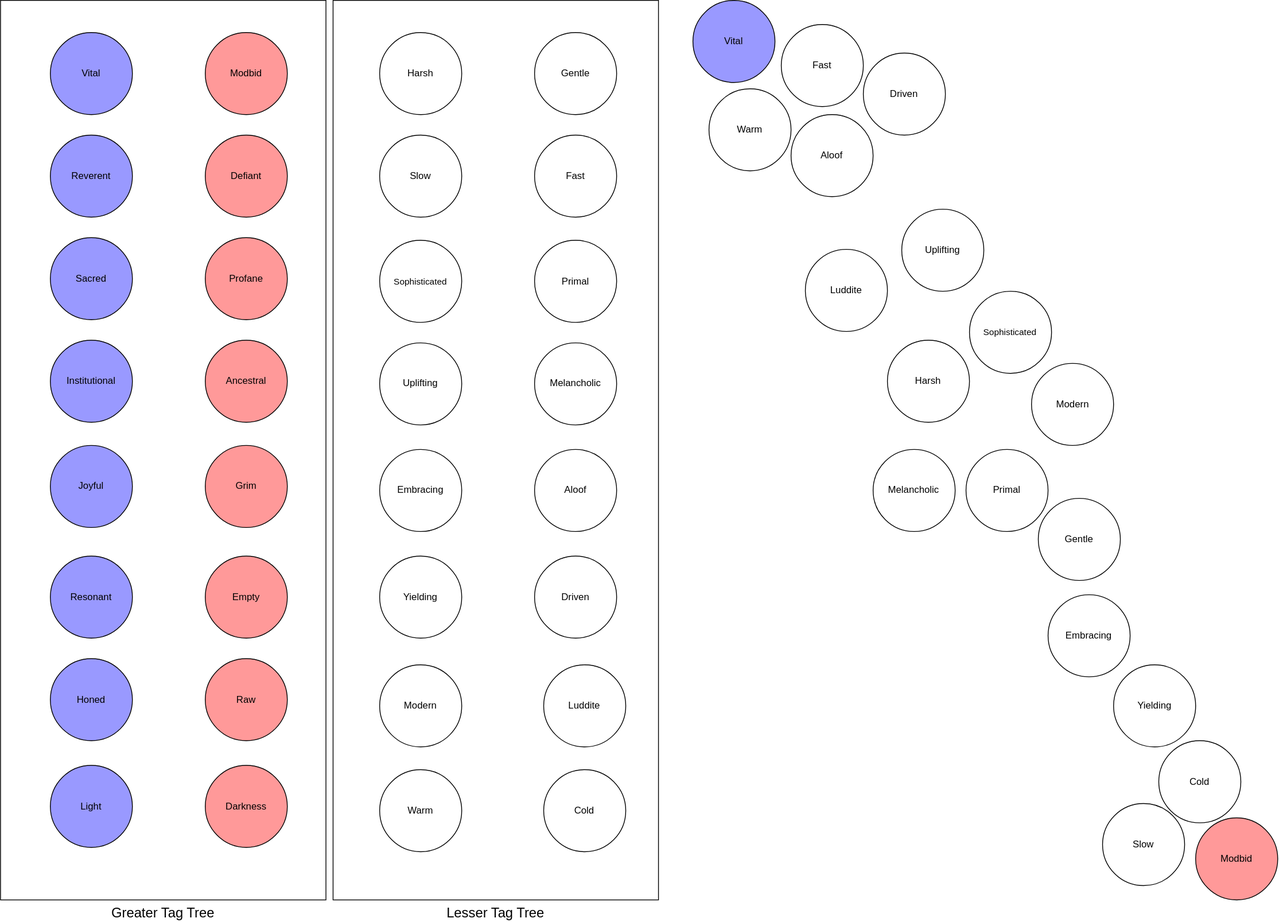
Earlier version of the draw.io export TheProspector/Assets/Schematics/Tag tree.svg (SakuNurmiranta/TheProspector). Source tidied: cells renumbered, new cells last; positions are measured from the earlier drawing's top-left corner, leaving out a move shared by most shapes.
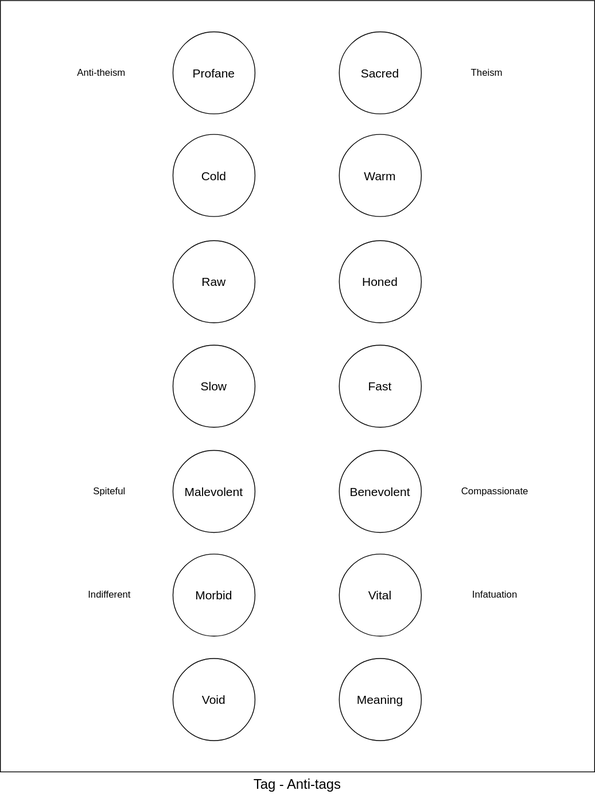
The same diagram one commit later.

Change to the diagram source:
```diff
@@ -2,161 +2,68 @@
   <root>
     <mxCell id="0" />
     <mxCell id="1" parent="0" />
-    <mxCell id="2" value="Greater Tag Tree" style="rounded=0;whiteSpace=wrap;html=1;labelPosition=center;verticalLabelPosition=bottom;align=center;verticalAlign=top;fontSize=17;" parent="1" vertex="1">
-      <mxGeometry width="405.1" height="1120" as="geometry" />
+    <mxCell id="2" value="Tag - Anti-tags" style="rounded=0;whiteSpace=wrap;html=1;labelPosition=center;verticalLabelPosition=bottom;align=center;verticalAlign=top;fontSize=17;" parent="1" vertex="1">
+      <mxGeometry x="36" y="86.1" width="740" height="960" as="geometry" />
     </mxCell>
-    <mxCell id="3" value="Defiant" style="ellipse;whiteSpace=wrap;html=1;fillColor=#FF9999;" parent="1" vertex="1">
-      <mxGeometry x="254.9" y="167.7" width="102.2" height="102.2" as="geometry" />
+    <mxCell id="3" value="Cold" style="ellipse;whiteSpace=wrap;html=1;fillColor=#FFFFFF;fontColor=#000000;fontSize=15;labelBackgroundColor=none;" parent="1" vertex="1">
+      <mxGeometry x="250.9" y="252.7" width="102.2" height="102.2" as="geometry" />
     </mxCell>
-    <mxCell id="4" value="Reverent" style="ellipse;whiteSpace=wrap;html=1;fillColor=#9999FF;" parent="1" vertex="1">
-      <mxGeometry x="62" y="167.7" width="102.2" height="102.2" as="geometry" />
+    <mxCell id="4" value="Warm" style="ellipse;whiteSpace=wrap;html=1;fillColor=#FFFFFF;fontColor=#000000;fontSize=15;labelBackgroundColor=none;" parent="1" vertex="1">
+      <mxGeometry x="458" y="252.7" width="102.2" height="102.2" as="geometry" />
     </mxCell>
-    <mxCell id="5" value="Sacred" style="ellipse;whiteSpace=wrap;html=1;fillColor=#9999FF;" parent="1" vertex="1">
-      <mxGeometry x="62" y="295.4" width="102.2" height="102.2" as="geometry" />
+    <mxCell id="5" value="Sacred" style="ellipse;whiteSpace=wrap;html=1;fillColor=#FFFFFF;fontColor=#000000;fontSize=15;labelBackgroundColor=none;" parent="1" vertex="1">
+      <mxGeometry x="458" y="125" width="102.2" height="102.2" as="geometry" />
     </mxCell>
-    <mxCell id="6" value="Institutional" style="ellipse;whiteSpace=wrap;html=1;fillColor=#9999FF;" parent="1" vertex="1">
-      <mxGeometry x="62" y="423.1" width="102.2" height="102.2" as="geometry" />
+    <mxCell id="6" value="Slow" style="ellipse;whiteSpace=wrap;html=1;fillColor=#FFFFFF;fontColor=#000000;fontSize=15;labelBackgroundColor=none;" parent="1" vertex="1">
+      <mxGeometry x="250.9" y="515" width="102.2" height="102.2" as="geometry" />
     </mxCell>
-    <mxCell id="7" value="Honed" style="ellipse;whiteSpace=wrap;html=1;fillColor=#9999FF;" parent="1" vertex="1">
-      <mxGeometry x="62" y="819.6" width="102.2" height="102.2" as="geometry" />
+    <mxCell id="7" value="Honed" style="ellipse;whiteSpace=wrap;html=1;fillColor=#FFFFFF;fontColor=#000000;fontSize=15;labelBackgroundColor=none;" parent="1" vertex="1">
+      <mxGeometry x="458" y="385" width="102.2" height="102.2" as="geometry" />
     </mxCell>
-    <mxCell id="8" value="Vital" style="ellipse;whiteSpace=wrap;html=1;fillColor=#9999FF;" parent="1" vertex="1">
-      <mxGeometry x="62" y="40" width="102.2" height="102.2" as="geometry" />
+    <mxCell id="8" value="Vital" style="ellipse;whiteSpace=wrap;html=1;fillColor=#FFFFFF;fontColor=#000000;fontSize=15;labelBackgroundColor=none;" parent="1" vertex="1">
+      <mxGeometry x="458" y="775" width="102.2" height="102.2" as="geometry" />
     </mxCell>
-    <mxCell id="9" value="Modbid" style="ellipse;whiteSpace=wrap;html=1;fillColor=#FF9999;" parent="1" vertex="1">
-      <mxGeometry x="254.9" y="40" width="102.2" height="102.2" as="geometry" />
+    <mxCell id="9" value="Morbid" style="ellipse;whiteSpace=wrap;html=1;fillColor=#FFFFFF;fontColor=#000000;fontSize=15;labelBackgroundColor=none;" parent="1" vertex="1">
+      <mxGeometry x="250.9" y="775" width="102.2" height="102.2" as="geometry" />
     </mxCell>
-    <mxCell id="10" value="Profane" style="ellipse;whiteSpace=wrap;html=1;fillColor=#FF9999;" parent="1" vertex="1">
-      <mxGeometry x="254.9" y="295.4" width="102.2" height="102.2" as="geometry" />
+    <mxCell id="10" value="Profane" style="ellipse;whiteSpace=wrap;html=1;fillColor=default;fontColor=#000000;fontSize=15;labelBackgroundColor=none;strokeColor=default;fillStyle=solid;" parent="1" vertex="1">
+      <mxGeometry x="250.9" y="125" width="102.2" height="102.2" as="geometry" />
     </mxCell>
-    <mxCell id="11" value="Ancestral" style="ellipse;whiteSpace=wrap;html=1;fillColor=#FF9999;" parent="1" vertex="1">
-      <mxGeometry x="254.9" y="423.1" width="102.2" height="102.2" as="geometry" />
+    <mxCell id="11" value="Fast" style="ellipse;whiteSpace=wrap;html=1;fillColor=#FFFFFF;fontColor=#000000;fontSize=15;labelBackgroundColor=none;" parent="1" vertex="1">
+      <mxGeometry x="458" y="515" width="102.2" height="102.2" as="geometry" />
     </mxCell>
-    <mxCell id="12" value="Raw" style="ellipse;whiteSpace=wrap;html=1;fillColor=#FF9999;" parent="1" vertex="1">
-      <mxGeometry x="254.9" y="819.6" width="102.2" height="102.2" as="geometry" />
+    <mxCell id="12" value="Raw" style="ellipse;whiteSpace=wrap;html=1;fillColor=#FFFFFF;fontColor=#000000;fontSize=15;labelBackgroundColor=none;" parent="1" vertex="1">
+      <mxGeometry x="250.9" y="385" width="102.2" height="102.2" as="geometry" />
     </mxCell>
-    <mxCell id="13" value="Light" style="ellipse;whiteSpace=wrap;html=1;fillColor=#9999FF;" parent="1" vertex="1">
-      <mxGeometry x="62" y="952.5" width="102.2" height="102.2" as="geometry" />
+    <mxCell id="13" value="Meaning" style="ellipse;whiteSpace=wrap;html=1;fillColor=#FFFFFF;fontColor=#000000;fontSize=15;labelBackgroundColor=none;" parent="1" vertex="1">
+      <mxGeometry x="458" y="905" width="102.2" height="102.2" as="geometry" />
     </mxCell>
-    <mxCell id="14" value="Joyful" style="ellipse;whiteSpace=wrap;html=1;fillColor=#9999FF;" parent="1" vertex="1">
-      <mxGeometry x="62" y="554.1" width="102.2" height="102.2" as="geometry" />
+    <mxCell id="14" value="Benevolent" style="ellipse;whiteSpace=wrap;html=1;fillColor=#FFFFFF;fontColor=#000000;fontSize=15;labelBackgroundColor=none;" parent="1" vertex="1">
+      <mxGeometry x="458" y="646" width="102.2" height="102.2" as="geometry" />
     </mxCell>
-    <mxCell id="15" value="Darkness" style="ellipse;whiteSpace=wrap;html=1;fillColor=#FF9999;" parent="1" vertex="1">
-      <mxGeometry x="254.9" y="952.5" width="102.2" height="102.2" as="geometry" />
+    <mxCell id="15" value="Void" style="ellipse;whiteSpace=wrap;html=1;fillColor=#FFFFFF;fontColor=#000000;fontSize=15;labelBackgroundColor=none;" parent="1" vertex="1">
+      <mxGeometry x="250.9" y="905" width="102.2" height="102.2" as="geometry" />
     </mxCell>
-    <mxCell id="16" value="Grim" style="ellipse;whiteSpace=wrap;html=1;fillColor=#FF9999;" parent="1" vertex="1">
-      <mxGeometry x="254.9" y="554.1" width="102.2" height="102.2" as="geometry" />
+    <mxCell id="16" value="Malevolent" style="ellipse;whiteSpace=wrap;html=1;fillColor=#FFFFFF;fontColor=#000000;fontSize=15;labelBackgroundColor=none;" parent="1" vertex="1">
+      <mxGeometry x="250.9" y="646" width="102.2" height="102.2" as="geometry" />
     </mxCell>
-    <mxCell id="17" value="Lesser Tag Tree" style="rounded=0;whiteSpace=wrap;html=1;labelPosition=center;verticalLabelPosition=bottom;align=center;verticalAlign=top;fontSize=17;" parent="1" vertex="1">
-      <mxGeometry x="414" width="405.1" height="1120" as="geometry" />
-    </mxCell>
-    <mxCell id="18" value="Warm" style="ellipse;whiteSpace=wrap;html=1;" parent="1" vertex="1">
-      <mxGeometry x="472" y="957.8" width="102.2" height="102.2" as="geometry" />
-    </mxCell>
-    <mxCell id="19" value="Harsh" style="ellipse;whiteSpace=wrap;html=1;" parent="1" vertex="1">
-      <mxGeometry x="472" y="40" width="102.2" height="102.2" as="geometry" />
-    </mxCell>
-    <mxCell id="20" value="Resonant" style="ellipse;whiteSpace=wrap;html=1;fillColor=#9999FF;" parent="1" vertex="1">
-      <mxGeometry x="62" y="691.9" width="102.2" height="102.2" as="geometry" />
-    </mxCell>
-    <mxCell id="21" value="Cold" style="ellipse;whiteSpace=wrap;html=1;" parent="1" vertex="1">
-      <mxGeometry x="676.2" y="957.8" width="102.2" height="102.2" as="geometry" />
-    </mxCell>
-    <mxCell id="22" value="Gentle" style="ellipse;whiteSpace=wrap;html=1;" parent="1" vertex="1">
-      <mxGeometry x="664.9" y="40" width="102.2" height="102.2" as="geometry" />
-    </mxCell>
-    <mxCell id="23" value="Empty" style="ellipse;whiteSpace=wrap;html=1;fillColor=#FF9999;" parent="1" vertex="1">
-      <mxGeometry x="254.9" y="691.9" width="102.2" height="102.2" as="geometry" />
-    </mxCell>
-    <mxCell id="24" value="&lt;font style=&quot;font-size: 11px;&quot;&gt;Sophisticated&lt;/font&gt;" style="ellipse;whiteSpace=wrap;html=1;" parent="1" vertex="1">
-      <mxGeometry x="472" y="298.7" width="102.2" height="102.2" as="geometry" />
-    </mxCell>
-    <mxCell id="25" value="Uplifting" style="ellipse;whiteSpace=wrap;html=1;" parent="1" vertex="1">
-      <mxGeometry x="472" y="426.4" width="102.2" height="102.2" as="geometry" />
-    </mxCell>
-    <mxCell id="26" value="Primal" style="ellipse;whiteSpace=wrap;html=1;" parent="1" vertex="1">
-      <mxGeometry x="664.9" y="298.7" width="102.2" height="102.2" as="geometry" />
-    </mxCell>
-    <mxCell id="27" value="Melancholic" style="ellipse;whiteSpace=wrap;html=1;" parent="1" vertex="1">
-      <mxGeometry x="664.9" y="426.4" width="102.2" height="102.2" as="geometry" />
-    </mxCell>
-    <mxCell id="28" value="Embracing" style="ellipse;whiteSpace=wrap;html=1;" parent="1" vertex="1">
-      <mxGeometry x="472" y="559.1" width="102.2" height="102.2" as="geometry" />
-    </mxCell>
-    <mxCell id="29" value="Aloof" style="ellipse;whiteSpace=wrap;html=1;" parent="1" vertex="1">
-      <mxGeometry x="664.9" y="559.1" width="102.2" height="102.2" as="geometry" />
-    </mxCell>
-    <mxCell id="30" value="Modern" style="ellipse;whiteSpace=wrap;html=1;" parent="1" vertex="1">
-      <mxGeometry x="472" y="827.3" width="102.2" height="102.2" as="geometry" />
-    </mxCell>
-    <mxCell id="31" value="Luddite" style="ellipse;whiteSpace=wrap;html=1;" parent="1" vertex="1">
-      <mxGeometry x="676.2" y="827.3" width="102.2" height="102.2" as="geometry" />
-    </mxCell>
-    <mxCell id="32" value="Yielding" style="ellipse;whiteSpace=wrap;html=1;" parent="1" vertex="1">
-      <mxGeometry x="472" y="691.9" width="102.2" height="102.2" as="geometry" />
-    </mxCell>
-    <mxCell id="33" value="Driven" style="ellipse;whiteSpace=wrap;html=1;" parent="1" vertex="1">
-      <mxGeometry x="664.9" y="691.9" width="102.2" height="102.2" as="geometry" />
-    </mxCell>
-    <mxCell id="34" value="Slow" style="ellipse;whiteSpace=wrap;html=1;" parent="1" vertex="1">
-      <mxGeometry x="472" y="167.7" width="102.2" height="102.2" as="geometry" />
-    </mxCell>
-    <mxCell id="35" value="Fast" style="ellipse;whiteSpace=wrap;html=1;" parent="1" vertex="1">
-      <mxGeometry x="664.9" y="167.7" width="102.2" height="102.2" as="geometry" />
-    </mxCell>
-    <mxCell id="36" value="Vital" style="ellipse;whiteSpace=wrap;html=1;fillColor=#9999FF;" parent="1" vertex="1">
-      <mxGeometry x="862" width="102.2" height="102.2" as="geometry" />
-    </mxCell>
-    <mxCell id="37" value="Modbid" style="ellipse;whiteSpace=wrap;html=1;fillColor=#FF9999;" parent="1" vertex="1">
-      <mxGeometry x="1487.9" y="1017.8" width="102.2" height="102.2" as="geometry" />
-    </mxCell>
-    <mxCell id="38" value="Harsh" style="ellipse;whiteSpace=wrap;html=1;" parent="1" vertex="1">
-      <mxGeometry x="1104.2" y="423.1" width="102.2" height="102.2" as="geometry" />
-    </mxCell>
-    <mxCell id="39" value="Gentle" style="ellipse;whiteSpace=wrap;html=1;" parent="1" vertex="1">
-      <mxGeometry x="1292" y="620" width="102.2" height="102.2" as="geometry" />
-    </mxCell>
-    <mxCell id="40" value="Slow" style="ellipse;whiteSpace=wrap;html=1;" parent="1" vertex="1">
-      <mxGeometry x="1372" y="1000" width="102.2" height="102.2" as="geometry" />
-    </mxCell>
-    <mxCell id="41" value="Fast" style="ellipse;whiteSpace=wrap;html=1;" parent="1" vertex="1">
-      <mxGeometry x="972" y="30" width="102.2" height="102.2" as="geometry" />
-    </mxCell>
-    <mxCell id="42" value="Primal" style="ellipse;whiteSpace=wrap;html=1;" parent="1" vertex="1">
-      <mxGeometry x="1202" y="559.1" width="102.2" height="102.2" as="geometry" />
-    </mxCell>
-    <mxCell id="43" value="&lt;font style=&quot;font-size: 11px;&quot;&gt;Sophisticated&lt;/font&gt;" style="ellipse;whiteSpace=wrap;html=1;" parent="1" vertex="1">
-      <mxGeometry x="1206.3" y="362.2" width="102.2" height="102.2" as="geometry" />
-    </mxCell>
-    <mxCell id="44" value="Uplifting" style="ellipse;whiteSpace=wrap;html=1;" parent="1" vertex="1">
-      <mxGeometry x="1122" y="260" width="102.2" height="102.2" as="geometry" />
-    </mxCell>
-    <mxCell id="45" value="Melancholic" style="ellipse;whiteSpace=wrap;html=1;" parent="1" vertex="1">
-      <mxGeometry x="1086.3" y="559.1" width="102.2" height="102.2" as="geometry" />
-    </mxCell>
-    <mxCell id="46" value="Aloof" style="ellipse;whiteSpace=wrap;html=1;" parent="1" vertex="1">
-      <mxGeometry x="984.2" y="142.2" width="102.2" height="102.2" as="geometry" />
-    </mxCell>
-    <mxCell id="47" value="Embracing" style="ellipse;whiteSpace=wrap;html=1;" parent="1" vertex="1">
-      <mxGeometry x="1304.2" y="740" width="102.2" height="102.2" as="geometry" />
-    </mxCell>
-    <mxCell id="48" value="Driven" style="ellipse;whiteSpace=wrap;html=1;" parent="1" vertex="1">
-      <mxGeometry x="1074.2" y="65.5" width="102.2" height="102.2" as="geometry" />
-    </mxCell>
-    <mxCell id="49" value="Yielding" style="ellipse;whiteSpace=wrap;html=1;" parent="1" vertex="1">
-      <mxGeometry x="1385.7" y="827.3" width="102.2" height="102.2" as="geometry" />
-    </mxCell>
-    <mxCell id="50" value="Modern" style="ellipse;whiteSpace=wrap;html=1;" parent="1" vertex="1">
-      <mxGeometry x="1283.6" y="451.9" width="102.2" height="102.2" as="geometry" />
-    </mxCell>
-    <mxCell id="51" value="Luddite" style="ellipse;whiteSpace=wrap;html=1;" parent="1" vertex="1">
-      <mxGeometry x="1002" y="310" width="102.2" height="102.2" as="geometry" />
-    </mxCell>
-    <mxCell id="52" value="Warm" style="ellipse;whiteSpace=wrap;html=1;" parent="1" vertex="1">
-      <mxGeometry x="882" y="110" width="102.2" height="102.2" as="geometry" />
-    </mxCell>
-    <mxCell id="53" value="Cold" style="ellipse;whiteSpace=wrap;html=1;" parent="1" vertex="1">
-      <mxGeometry x="1442" y="921.8" width="102.2" height="102.2" as="geometry" />
-    </mxCell>
+    <mxCell id="54" value="Spiteful" style="text;html=1;strokeColor=none;fillColor=none;align=center;verticalAlign=middle;whiteSpace=wrap;rounded=0;" parent="1" vertex="1">
+      <mxGeometry x="142" y="682.1" width="60" height="30" as="geometry" />
+    </mxCell>
+    <mxCell id="55" value="Compassionate" style="text;html=1;strokeColor=none;fillColor=none;align=center;verticalAlign=middle;whiteSpace=wrap;rounded=0;" parent="1" vertex="1">
+      <mxGeometry x="622" y="682.1" width="60" height="30" as="geometry" />
+    </mxCell>
+    <mxCell id="56" value="Infatuation" style="text;html=1;strokeColor=none;fillColor=none;align=center;verticalAlign=middle;whiteSpace=wrap;rounded=0;" parent="1" vertex="1">
+      <mxGeometry x="622" y="811.1" width="60" height="30" as="geometry" />
+    </mxCell>
+    <mxCell id="57" value="Indifferent" style="text;html=1;strokeColor=none;fillColor=none;align=center;verticalAlign=middle;whiteSpace=wrap;rounded=0;" parent="1" vertex="1">
+      <mxGeometry x="142" y="811.1" width="60" height="30" as="geometry" />
+    </mxCell>
+    <mxCell id="58" value="Theism" style="text;html=1;strokeColor=none;fillColor=none;align=center;verticalAlign=middle;whiteSpace=wrap;rounded=0;" parent="1" vertex="1">
+      <mxGeometry x="612" y="161.1" width="60" height="30" as="geometry" />
+    </mxCell>
+    <mxCell id="59" value="Anti-theism" style="text;html=1;strokeColor=none;fillColor=none;align=center;verticalAlign=middle;whiteSpace=wrap;rounded=0;" parent="1" vertex="1">
+      <mxGeometry x="122" y="161.1" width="80" height="30" as="geometry" />
+    </mxCell>
   </root>
 </mxGraphModel>
```
